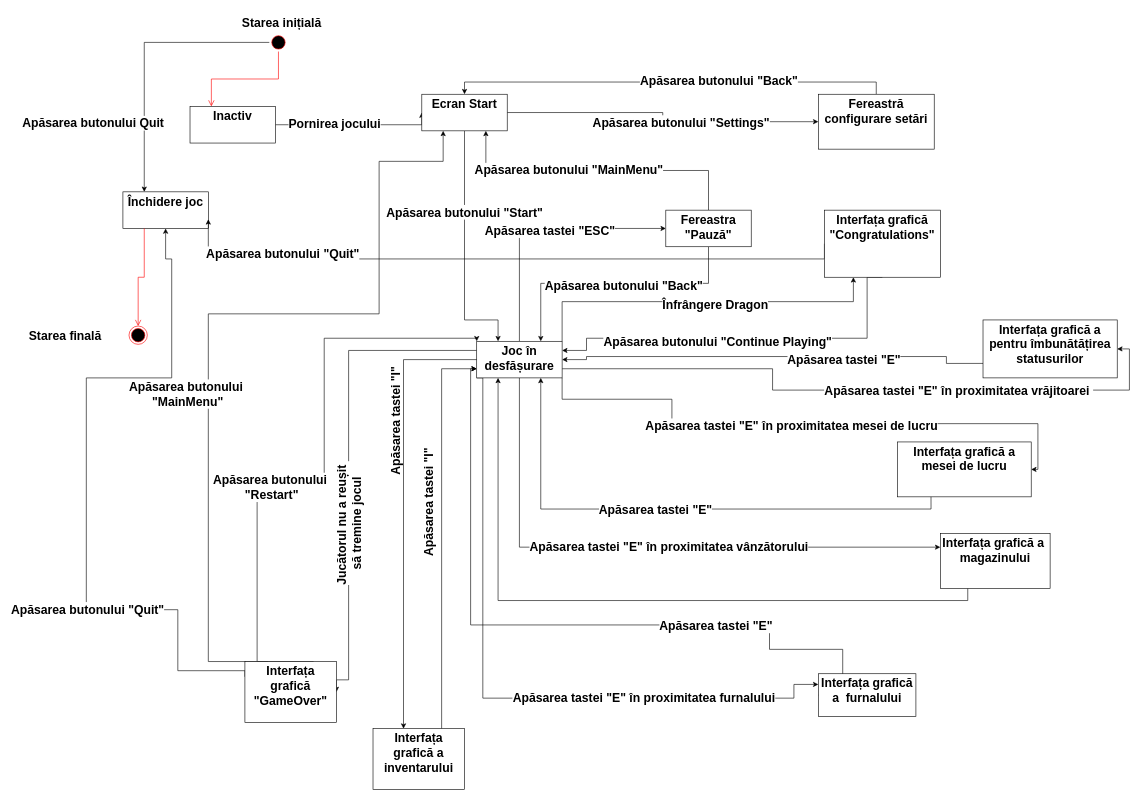
This is Untitled Diagram.drawio from DraghiciAndrei1307/DiagramaDeClase, a draw.io file, before an edit. Source tidied: cells renumbered, new cells numbered last; positions are measured from the earlier drawing's top-left corner, leaving out a move shared by most shapes. Both pictures are drawn from the tidied source at 61%, with x=0, y=0 at pixel (22, 10).
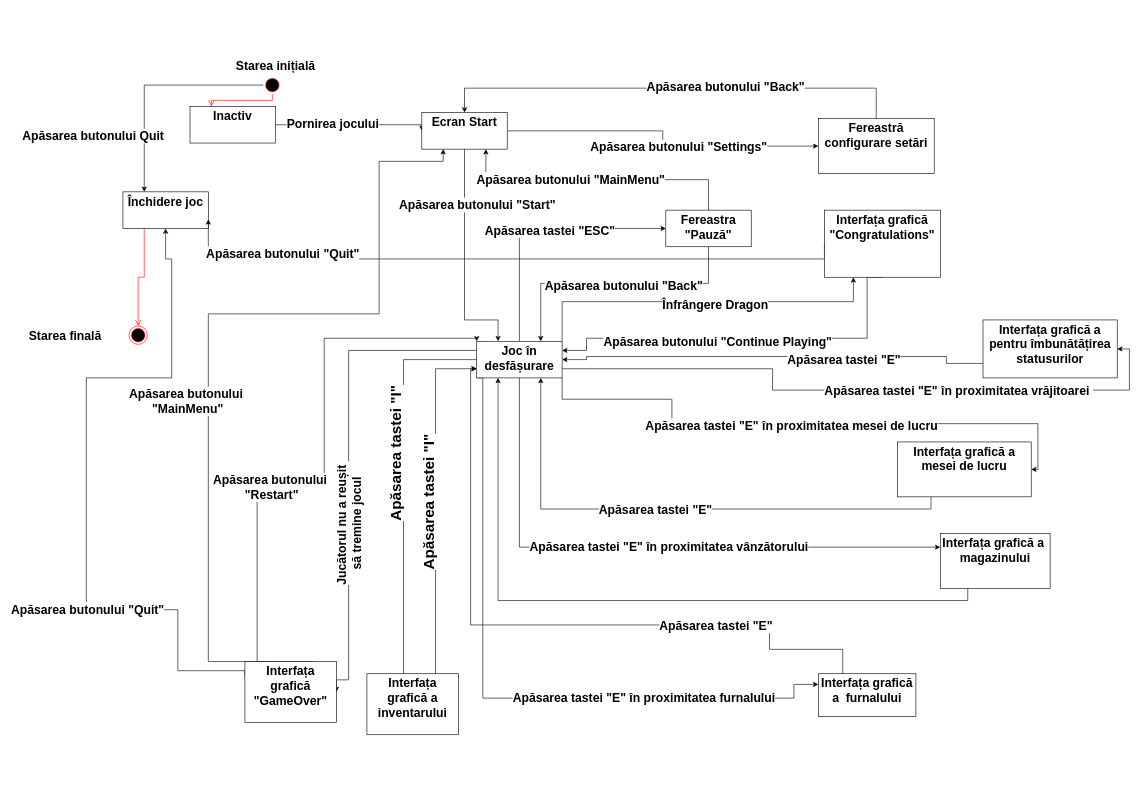
Above is the later version.

The change refers to these unchanged cells:
```xml
<mxCell id="12" style="edgeStyle=orthogonalEdgeStyle;rounded=0;jettySize=auto;html=1;exitX=0.5;exitY=1;exitDx=0;exitDy=0;entryX=0.25;entryY=0;entryDx=0;entryDy=0;" parent="1" edge="1" source="14" target="36">
  <mxGeometry relative="1" as="geometry">
    <Array as="points">
      <mxPoint x="725" y="507" />
      <mxPoint x="780" y="507" />
    </Array>
  </mxGeometry>
</mxCell>
<mxCell id="34" style="edgeStyle=orthogonalEdgeStyle;rounded=0;orthogonalLoop=1;jettySize=auto;html=1;exitX=0;exitY=0.5;exitDx=0;exitDy=0;" parent="1" edge="1">
  <mxGeometry relative="1" as="geometry">
    <mxPoint x="765" y="572" as="sourcePoint" />
    <mxPoint x="625" y="1177" as="targetPoint" />
    <Array as="points">
      <mxPoint x="625" y="572" />
    </Array>
  </mxGeometry>
</mxCell>
```

Diff of the diagram source:
```diff
@@
     <mxCell id="4" style="ellipse;html=1;shape=startState;fillColor=#000000;strokeColor=#ff0000;" parent="1" vertex="1">
-      <mxGeometry x="405" y="37" width="30" height="30" as="geometry" />
+      <mxGeometry x="395" y="107" width="30" height="30" as="geometry" />
     </mxCell>
@@
     <mxCell id="13" value="Apăsarea butonului &quot;Start&quot;" style="edgeLabel;html=1;align=center;verticalAlign=middle;fontSize=20;fontStyle=1;" parent="12" vertex="1">
-      <mxGeometry x="-0.34" y="-1" relative="1" as="geometry" />
+      <mxGeometry x="-0.34" y="-1" relative="1" as="geometry">
+        <mxPoint x="21" y="-32" as="offset" />
+      </mxGeometry>
     </mxCell>
     <mxCell id="14" value="&lt;p style=&quot;margin: 4px 0px 0px; text-align: center; font-size: 20px;&quot;&gt;&lt;b style=&quot;font-size: 20px;&quot;&gt;Ecran Start&lt;/b&gt;&lt;/p&gt;" style="verticalAlign=top;align=left;overflow=fill;html=1;whiteSpace=wrap;fontSize=20;" parent="1" vertex="1">
-      <mxGeometry x="655" y="137" width="140" height="60" as="geometry" />
+      <mxGeometry x="655" y="167" width="140" height="60" as="geometry" />
     </mxCell>
     <mxCell id="15" style="edgeStyle=orthogonalEdgeStyle;rounded=0;jettySize=auto;html=1;exitX=0.5;exitY=0;exitDx=0;exitDy=0;entryX=0.5;entryY=0;entryDx=0;entryDy=0;" parent="1" edge="1" source="17" target="14">
-      <mxGeometry relative="1" as="geometry" />
+      <mxGeometry relative="1" as="geometry">
+        <Array as="points">
+          <mxPoint x="1400" y="127" />
+          <mxPoint x="725" y="127" />
+        </Array>
+      </mxGeometry>
     </mxCell>
@@
     <mxCell id="17" value="&lt;p style=&quot;margin:0px;margin-top:4px;text-align:center;&quot;&gt;&lt;b&gt;&lt;font style=&quot;font-size: 20px;&quot;&gt;Fereastră configurare setări&lt;/font&gt;&lt;/b&gt;&lt;/p&gt;" style="verticalAlign=top;align=left;overflow=fill;html=1;whiteSpace=wrap;" parent="1" vertex="1">
-      <mxGeometry x="1305" y="137" width="190" height="90" as="geometry" />
+      <mxGeometry x="1305" y="177" width="190" height="90" as="geometry" />
     </mxCell>
@@
-    <mxCell id="35" value="&lt;font style=&quot;font-size: 20px;&quot;&gt;&lt;b&gt;Apăsarea tastei &quot;I&quot;&lt;/b&gt;&lt;/font&gt;" style="edgeLabel;html=1;align=center;verticalAlign=middle;rotation=-90;" parent="34" vertex="1">
+    <mxCell id="35" value="&lt;font style=&quot;font-size: 25px;&quot;&gt;&lt;b style=&quot;font-size: 25px;&quot;&gt;Apăsarea tastei &quot;I&quot;&lt;/b&gt;&lt;/font&gt;" style="edgeLabel;html=1;align=center;verticalAlign=middle;rotation=-90;fontSize=25;" parent="34" vertex="1">
       <mxGeometry x="-0.35" y="3" relative="1" as="geometry">
-        <mxPoint x="-18" as="offset" />
+        <mxPoint x="-18" y="53" as="offset" />
       </mxGeometry>
     </mxCell>
@@
     <mxCell id="65" value="Starea inițială" style="text;html=1;align=center;verticalAlign=middle;strokeColor=none;fillColor=none;fontSize=20;fontStyle=1;" parent="1" vertex="1">
-      <mxGeometry x="355" width="140" height="40" as="geometry" />
+      <mxGeometry x="345" y="70" width="140" height="40" as="geometry" />
     </mxCell>
@@
     <mxCell id="68" value="&lt;p style=&quot;margin: 4px 0px 0px; text-align: center; font-size: 20px;&quot;&gt;&lt;b style=&quot;font-size: 20px;&quot;&gt;Interfața grafică a inventarului&lt;/b&gt;&lt;/p&gt;" style="verticalAlign=top;align=left;overflow=fill;html=1;whiteSpace=wrap;fontSize=20;" parent="1" vertex="1">
-      <mxGeometry x="575" y="1177" width="150" height="100" as="geometry" />
+      <mxGeometry x="565" y="1087" width="150" height="100" as="geometry" />
     </mxCell>
-    <mxCell id="69" value="&lt;font style=&quot;font-size: 20px;&quot;&gt;&lt;b&gt;Apăsarea tastei &quot;I&quot;&lt;/b&gt;&lt;/font&gt;" style="edgeLabel;html=1;align=center;verticalAlign=middle;rotation=-90;" parent="1" vertex="1">
+    <mxCell id="69" value="&lt;font size=&quot;1&quot; style=&quot;&quot;&gt;&lt;b style=&quot;font-size: 25px;&quot;&gt;Apăsarea tastei &quot;I&quot;&lt;/b&gt;&lt;/font&gt;" style="edgeLabel;html=1;align=center;verticalAlign=middle;rotation=-90;" parent="1" vertex="1">
       <mxGeometry x="665" y="807" as="geometry" />
     </mxCell>
```
